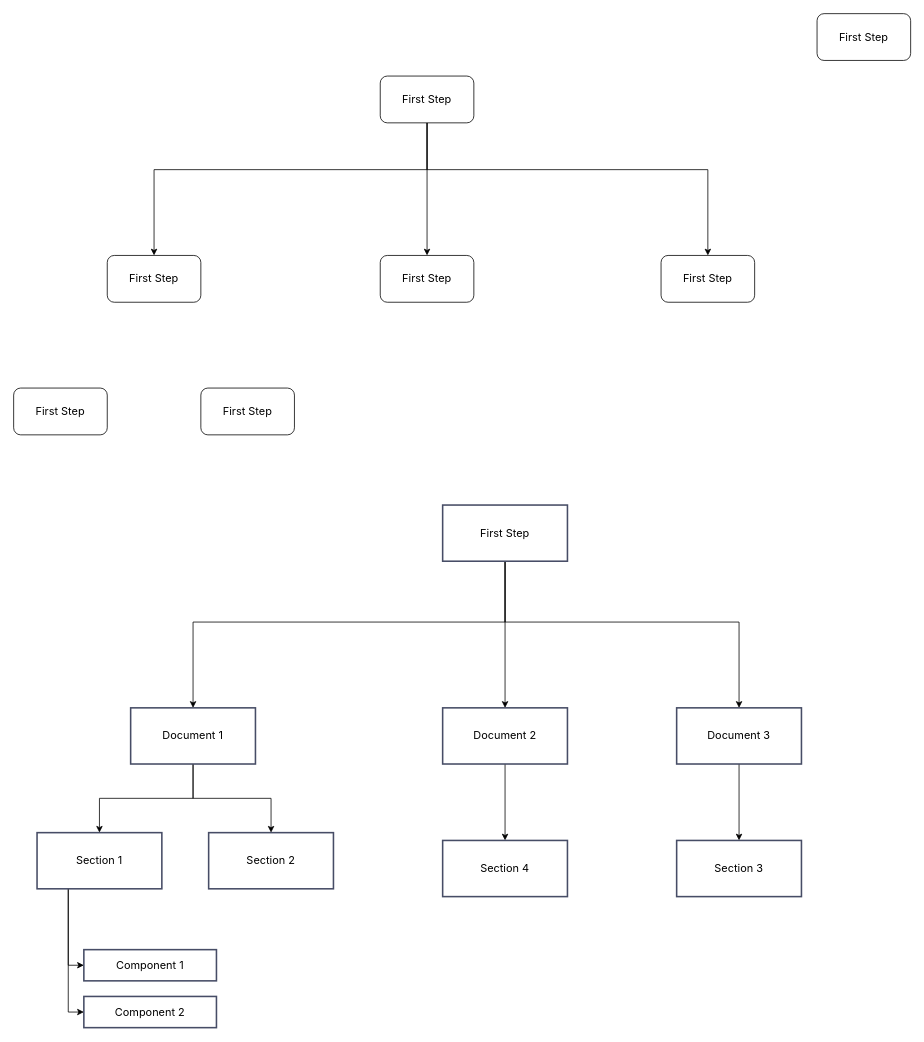
The draw.io diagram Untitled Diagram.drawio in YogeshKumbhar7218/git-basics, before the edit. Source tidied: cells renumbered, new cells numbered last; positions are measured from the earlier drawing's top-left corner, leaving out a move shared by most shapes. Both pictures are drawn from the tidied source at 78%, with x=0, y=0 at pixel (13, 13).
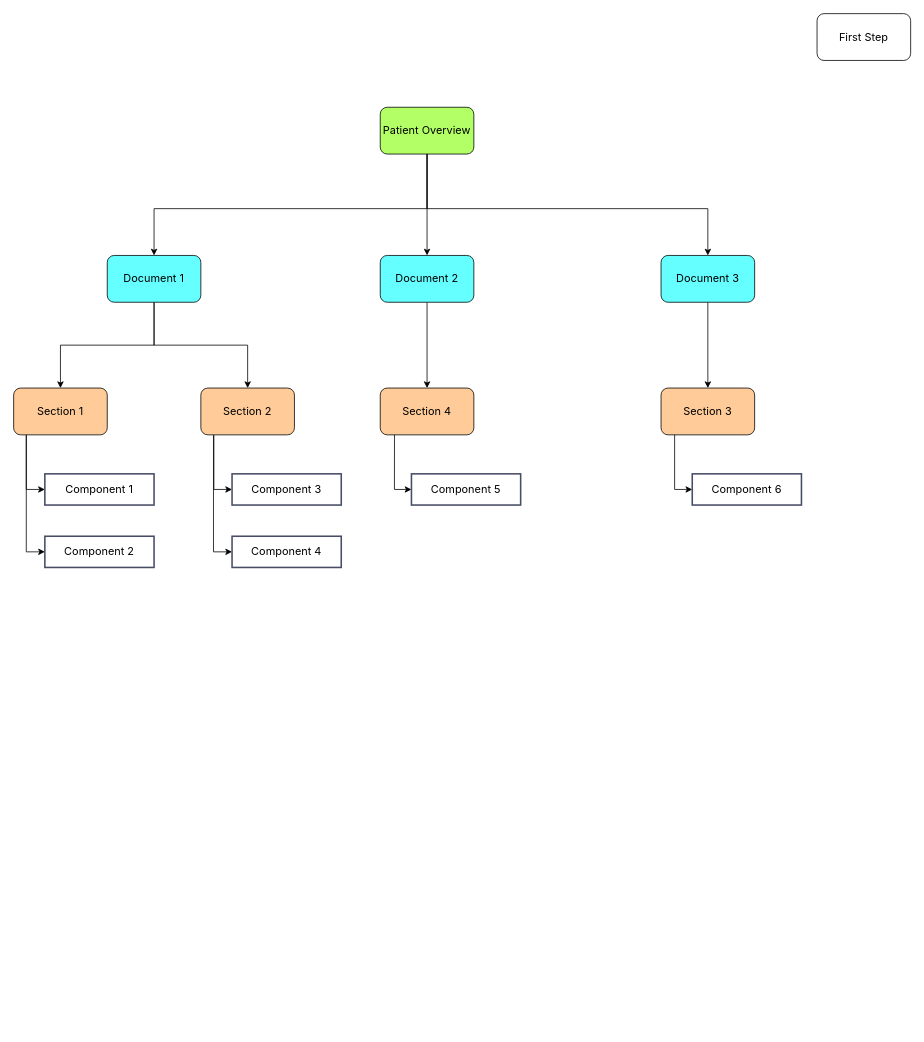
Above is the later version.

Diff of the diagram source:
```diff
@@
-    <mxCell id="2" style="edgeStyle=orthogonalEdgeStyle;rounded=0;jettySize=auto;html=1;fontFamily=Inter;fontSize=14;" parent="1" edge="1" source="5" target="8">
-      <mxGeometry as="geometry">
-        <Array as="points">
-          <mxPoint x="630" y="780" />
-          <mxPoint x="230" y="780" />
-        </Array>
-      </mxGeometry>
-    </mxCell>
-    <mxCell id="3" style="edgeStyle=orthogonalEdgeStyle;rounded=0;jettySize=auto;html=1;entryX=0.5;entryY=0;entryDx=0;entryDy=0;" parent="1" edge="1" source="5" target="12">
-      <mxGeometry relative="1" as="geometry" />
-    </mxCell>
-    <mxCell id="4" style="edgeStyle=orthogonalEdgeStyle;rounded=0;jettySize=auto;html=1;" parent="1" edge="1" source="5" target="10">
-      <mxGeometry relative="1" as="geometry">
-        <Array as="points">
-          <mxPoint x="630" y="780" />
-          <mxPoint x="930" y="780" />
-        </Array>
-      </mxGeometry>
-    </mxCell>
-    <mxCell id="5" value="First Step" style="fontSize=14;zwfType=basicShape;rounded=0;strokeWidth=2;strokeColor=#474D66;whiteSpace=wrap;html=1;fontFamily=Inter;" parent="1" vertex="1">
-      <mxGeometry x="550" y="630" width="160" height="72" as="geometry" />
-    </mxCell>
-    <mxCell id="6" style="edgeStyle=orthogonalEdgeStyle;rounded=0;jettySize=auto;html=1;" parent="1" edge="1" source="8" target="15">
-      <mxGeometry relative="1" as="geometry" />
-    </mxCell>
-    <mxCell id="7" style="edgeStyle=orthogonalEdgeStyle;rounded=0;jettySize=auto;html=1;entryX=0.5;entryY=0;entryDx=0;entryDy=0;" parent="1" edge="1" source="8" target="16">
-      <mxGeometry relative="1" as="geometry" />
-    </mxCell>
-    <mxCell id="8" value="Document 1" style="fontSize=14;zwfType=basicShape;rounded=0;strokeWidth=2;strokeColor=#474D66;whiteSpace=wrap;html=1;fontFamily=Inter;" parent="1" vertex="1">
-      <mxGeometry x="150" y="890" width="160" height="72" as="geometry" />
-    </mxCell>
-    <mxCell id="9" style="edgeStyle=orthogonalEdgeStyle;rounded=0;jettySize=auto;html=1;entryX=0.5;entryY=0;entryDx=0;entryDy=0;" parent="1" edge="1" source="10" target="18">
-      <mxGeometry relative="1" as="geometry" />
-    </mxCell>
-    <mxCell id="10" value="Document 3" style="fontSize=14;zwfType=basicShape;rounded=0;strokeWidth=2;strokeColor=#474D66;whiteSpace=wrap;html=1;fontFamily=Inter;" parent="1" vertex="1">
-      <mxGeometry x="850" y="890" width="160" height="72" as="geometry" />
-    </mxCell>
-    <mxCell id="11" style="edgeStyle=orthogonalEdgeStyle;rounded=0;jettySize=auto;html=1;entryX=0.5;entryY=0;entryDx=0;entryDy=0;" parent="1" edge="1" source="12" target="17">
-      <mxGeometry relative="1" as="geometry" />
-    </mxCell>
-    <mxCell id="12" value="Document 2" style="fontSize=14;zwfType=basicShape;rounded=0;strokeWidth=2;strokeColor=#474D66;whiteSpace=wrap;html=1;fontFamily=Inter;" parent="1" vertex="1">
-      <mxGeometry x="550" y="890" width="160" height="72" as="geometry" />
-    </mxCell>
-    <mxCell id="13" style="edgeStyle=orthogonalEdgeStyle;rounded=0;jettySize=auto;html=1;entryX=0;entryY=0.5;entryDx=0;entryDy=0;exitX=0.25;exitY=1;exitDx=0;exitDy=0;" parent="1" edge="1" source="15" target="19">
-      <mxGeometry relative="1" as="geometry" />
-    </mxCell>
-    <mxCell id="14" style="edgeStyle=orthogonalEdgeStyle;rounded=0;jettySize=auto;html=1;entryX=0;entryY=0.5;entryDx=0;entryDy=0;exitX=0.25;exitY=1;exitDx=0;exitDy=0;" parent="1" edge="1" source="15" target="20">
-      <mxGeometry relative="1" as="geometry" />
-    </mxCell>
-    <mxCell id="15" value="Section 1" style="fontSize=14;zwfType=basicShape;rounded=0;strokeWidth=2;strokeColor=#474D66;whiteSpace=wrap;html=1;fontFamily=Inter;" parent="1" vertex="1">
-      <mxGeometry x="30" y="1050" width="160" height="72" as="geometry" />
-    </mxCell>
-    <mxCell id="16" value="Section 2" style="fontSize=14;zwfType=basicShape;rounded=0;strokeWidth=2;strokeColor=#474D66;whiteSpace=wrap;html=1;fontFamily=Inter;" parent="1" vertex="1">
-      <mxGeometry x="250" y="1050" width="160" height="72" as="geometry" />
-    </mxCell>
-    <mxCell id="17" value="Section 4" style="fontSize=14;zwfType=basicShape;rounded=0;strokeWidth=2;strokeColor=#474D66;whiteSpace=wrap;html=1;fontFamily=Inter;" parent="1" vertex="1">
-      <mxGeometry x="550" y="1060" width="160" height="72" as="geometry" />
-    </mxCell>
-    <mxCell id="18" value="Section 3" style="fontSize=14;zwfType=basicShape;rounded=0;strokeWidth=2;strokeColor=#474D66;whiteSpace=wrap;html=1;fontFamily=Inter;" parent="1" vertex="1">
-      <mxGeometry x="850" y="1060" width="160" height="72" as="geometry" />
-    </mxCell>
-    <mxCell id="19" value="Component 1" style="fontSize=14;zwfType=basicShape;rounded=0;strokeWidth=2;strokeColor=#474D66;whiteSpace=wrap;html=1;fontFamily=Inter;" parent="1" vertex="1">
-      <mxGeometry x="90" y="1200" width="170" height="40" as="geometry" />
-    </mxCell>
-    <mxCell id="20" value="Component 2" style="fontSize=14;zwfType=basicShape;rounded=0;strokeWidth=2;strokeColor=#474D66;whiteSpace=wrap;html=1;fontFamily=Inter;" parent="1" vertex="1">
-      <mxGeometry x="90" y="1260" width="170" height="40" as="geometry" />
-    </mxCell>
     <mxCell id="21" style="edgeStyle=orthogonalEdgeStyle;rounded=0;jettySize=auto;html=1;" parent="1" edge="1" source="24" target="26">
       <mxGeometry relative="1" as="geometry">
         <Array as="points">
-          <mxPoint x="530" y="200" />
-          <mxPoint x="180" y="200" />
+          <mxPoint x="530" y="250" />
+          <mxPoint x="180" y="250" />
         </Array>
       </mxGeometry>
     </mxCell>
     <mxCell id="22" style="edgeStyle=orthogonalEdgeStyle;rounded=0;jettySize=auto;html=1;" parent="1" edge="1" source="24" target="29">
       <mxGeometry relative="1" as="geometry">
         <Array as="points">
-          <mxPoint x="530" y="200" />
-          <mxPoint x="890" y="200" />
+          <mxPoint x="530" y="250" />
+          <mxPoint x="890" y="250" />
         </Array>
       </mxGeometry>
     </mxCell>
@@
-    <mxCell id="24" value="&lt;span style=&quot;font-family: Inter; font-size: 14px;&quot;&gt;First Step&lt;/span&gt;" style="rounded=1;whiteSpace=wrap;html=1;" parent="1" vertex="1">
-      <mxGeometry x="470" y="80" width="120" height="60" as="geometry" />
+    <mxCell id="24" value="&lt;span style=&quot;font-family: Inter; font-size: 14px;&quot;&gt;Patient Overview&lt;/span&gt;" style="rounded=1;whiteSpace=wrap;html=1;fillColor=#B3FF66;" parent="1" vertex="1">
+      <mxGeometry x="470" y="120" width="120" height="60" as="geometry" />
     </mxCell>
@@
+    <mxCell id="31" style="edgeStyle=orthogonalEdgeStyle;rounded=0;jettySize=auto;html=1;entryX=0.5;entryY=0;entryDx=0;entryDy=0;" parent="1" edge="1" source="26" target="27">
+      <mxGeometry relative="1" as="geometry" />
+    </mxCell>
+    <mxCell id="32" style="edgeStyle=orthogonalEdgeStyle;rounded=0;jettySize=auto;html=1;" parent="1" edge="1" source="26" target="30">
+      <mxGeometry relative="1" as="geometry" />
+    </mxCell>
-    <mxCell id="26" value="&lt;span style=&quot;font-family: Inter; font-size: 14px;&quot;&gt;First Step&lt;/span&gt;" style="rounded=1;whiteSpace=wrap;html=1;" parent="1" vertex="1">
+    <mxCell id="26" value="&lt;span style=&quot;font-family: Inter; font-size: 14px;&quot;&gt;Document 1&lt;/span&gt;" style="rounded=1;whiteSpace=wrap;html=1;fillColor=#66FFFF;" parent="1" vertex="1">
       <mxGeometry x="120" y="310" width="120" height="60" as="geometry" />
     </mxCell>
+    <mxCell id="33" style="edgeStyle=orthogonalEdgeStyle;rounded=0;jettySize=auto;html=1;entryX=0;entryY=0.5;entryDx=0;entryDy=0;exitX=0.135;exitY=0.988;exitDx=0;exitDy=0;exitPerimeter=0;" parent="1" edge="1" source="27" target="19">
+      <mxGeometry relative="1" as="geometry" />
+    </mxCell>
+    <mxCell id="34" style="edgeStyle=orthogonalEdgeStyle;rounded=0;jettySize=auto;html=1;entryX=0;entryY=0.5;entryDx=0;entryDy=0;exitX=0.135;exitY=1.007;exitDx=0;exitDy=0;exitPerimeter=0;" parent="1" edge="1" source="27" target="20">
+      <mxGeometry relative="1" as="geometry" />
+    </mxCell>
-    <mxCell id="27" value="&lt;span style=&quot;font-family: Inter; font-size: 14px;&quot;&gt;First Step&lt;/span&gt;" style="rounded=1;whiteSpace=wrap;html=1;" parent="1" vertex="1">
+    <mxCell id="27" value="&lt;span style=&quot;font-family: Inter; font-size: 14px;&quot;&gt;Section 1&lt;/span&gt;" style="rounded=1;whiteSpace=wrap;html=1;fillColor=#FFCC99;" parent="1" vertex="1">
       <mxGeometry y="480" width="120" height="60" as="geometry" />
     </mxCell>
+    <mxCell id="35" style="edgeStyle=orthogonalEdgeStyle;rounded=0;jettySize=auto;html=1;entryX=0.5;entryY=0;entryDx=0;entryDy=0;" parent="1" edge="1" source="28" target="17">
+      <mxGeometry relative="1" as="geometry" />
+    </mxCell>
-    <mxCell id="28" value="&lt;span style=&quot;font-family: Inter; font-size: 14px;&quot;&gt;First Step&lt;/span&gt;" style="rounded=1;whiteSpace=wrap;html=1;" parent="1" vertex="1">
+    <mxCell id="28" value="&lt;span style=&quot;font-family: Inter; font-size: 14px;&quot;&gt;Document 2&lt;/span&gt;" style="rounded=1;whiteSpace=wrap;html=1;fillColor=#66FFFF;" parent="1" vertex="1">
       <mxGeometry x="470" y="310" width="120" height="60" as="geometry" />
     </mxCell>
+    <mxCell id="36" style="edgeStyle=orthogonalEdgeStyle;rounded=0;jettySize=auto;html=1;entryX=0.5;entryY=0;entryDx=0;entryDy=0;" parent="1" edge="1" source="29" target="18">
+      <mxGeometry relative="1" as="geometry" />
+    </mxCell>
-    <mxCell id="29" value="&lt;span style=&quot;font-family: Inter; font-size: 14px;&quot;&gt;First Step&lt;/span&gt;" style="rounded=1;whiteSpace=wrap;html=1;" parent="1" vertex="1">
+    <mxCell id="29" value="&lt;span style=&quot;font-family: Inter; font-size: 14px;&quot;&gt;Document 3&lt;/span&gt;" style="rounded=1;whiteSpace=wrap;html=1;fillColor=#66FFFF;" parent="1" vertex="1">
       <mxGeometry x="830" y="310" width="120" height="60" as="geometry" />
     </mxCell>
+    <mxCell id="37" style="edgeStyle=orthogonalEdgeStyle;rounded=0;jettySize=auto;html=1;entryX=0;entryY=0.5;entryDx=0;entryDy=0;exitX=0.139;exitY=1;exitDx=0;exitDy=0;exitPerimeter=0;" parent="1" edge="1" source="30" target="41">
+      <mxGeometry relative="1" as="geometry" />
+    </mxCell>
+    <mxCell id="38" style="edgeStyle=orthogonalEdgeStyle;rounded=0;jettySize=auto;html=1;entryX=0;entryY=0.5;entryDx=0;entryDy=0;exitX=0.135;exitY=1.007;exitDx=0;exitDy=0;exitPerimeter=0;" parent="1" edge="1" source="30" target="42">
+      <mxGeometry relative="1" as="geometry" />
+    </mxCell>
-    <mxCell id="30" value="&lt;span style=&quot;font-family: Inter; font-size: 14px;&quot;&gt;First Step&lt;/span&gt;" style="rounded=1;whiteSpace=wrap;html=1;" parent="1" vertex="1">
+    <mxCell id="30" value="&lt;span style=&quot;font-family: Inter; font-size: 14px;&quot;&gt;Section 2&lt;/span&gt;" style="rounded=1;whiteSpace=wrap;html=1;fillColor=#FFCC99;" parent="1" vertex="1">
       <mxGeometry x="240" y="480" width="120" height="60" as="geometry" />
     </mxCell>
+    <mxCell id="39" style="edgeStyle=orthogonalEdgeStyle;rounded=0;jettySize=auto;html=1;entryX=0;entryY=0.5;entryDx=0;entryDy=0;exitX=0.152;exitY=0.976;exitDx=0;exitDy=0;exitPerimeter=0;" parent="1" edge="1" source="17" target="43">
+      <mxGeometry relative="1" as="geometry" />
+    </mxCell>
+    <mxCell id="17" value="&lt;span style=&quot;font-family: Inter; font-size: 14px;&quot;&gt;Section 4&lt;/span&gt;" style="rounded=1;whiteSpace=wrap;html=1;fillColor=#FFCC99;" parent="1" vertex="1">
+      <mxGeometry x="470" y="480" width="120" height="60" as="geometry" />
+    </mxCell>
+    <mxCell id="40" style="edgeStyle=orthogonalEdgeStyle;rounded=0;jettySize=auto;html=1;entryX=0;entryY=0.5;entryDx=0;entryDy=0;exitX=0.145;exitY=0.976;exitDx=0;exitDy=0;exitPerimeter=0;" parent="1" edge="1" source="18" target="44">
+      <mxGeometry relative="1" as="geometry" />
+    </mxCell>
+    <mxCell id="18" value="&lt;span style=&quot;font-family: Inter; font-size: 14px;&quot;&gt;Section 3&lt;/span&gt;" style="rounded=1;whiteSpace=wrap;html=1;fillColor=#FFCC99;" parent="1" vertex="1">
+      <mxGeometry x="830" y="480" width="120" height="60" as="geometry" />
+    </mxCell>
+    <mxCell id="19" value="Component 1" style="fontSize=14;zwfType=basicShape;rounded=0;strokeWidth=2;strokeColor=#474D66;whiteSpace=wrap;html=1;fontFamily=Inter;" parent="1" vertex="1">
+      <mxGeometry x="40" y="590" width="140" height="40" as="geometry" />
+    </mxCell>
+    <mxCell id="20" value="Component 2" style="fontSize=14;zwfType=basicShape;rounded=0;strokeWidth=2;strokeColor=#474D66;whiteSpace=wrap;html=1;fontFamily=Inter;" parent="1" vertex="1">
+      <mxGeometry x="40" y="670" width="140" height="40" as="geometry" />
+    </mxCell>
+    <mxCell id="41" value="Component 3" style="fontSize=14;zwfType=basicShape;rounded=0;strokeWidth=2;strokeColor=#474D66;whiteSpace=wrap;html=1;fontFamily=Inter;" parent="1" vertex="1">
+      <mxGeometry x="280" y="590" width="140" height="40" as="geometry" />
+    </mxCell>
+    <mxCell id="42" value="Component 4" style="fontSize=14;zwfType=basicShape;rounded=0;strokeWidth=2;strokeColor=#474D66;whiteSpace=wrap;html=1;fontFamily=Inter;" parent="1" vertex="1">
+      <mxGeometry x="280" y="670" width="140" height="40" as="geometry" />
+    </mxCell>
+    <mxCell id="43" value="Component 5" style="fontSize=14;zwfType=basicShape;rounded=0;strokeWidth=2;strokeColor=#474D66;whiteSpace=wrap;html=1;fontFamily=Inter;" parent="1" vertex="1">
+      <mxGeometry x="510" y="590" width="140" height="40" as="geometry" />
+    </mxCell>
+    <mxCell id="44" value="Component 6" style="fontSize=14;zwfType=basicShape;rounded=0;strokeWidth=2;strokeColor=#474D66;whiteSpace=wrap;html=1;fontFamily=Inter;" parent="1" vertex="1">
+      <mxGeometry x="870" y="590" width="140" height="40" as="geometry" />
+    </mxCell>
```
